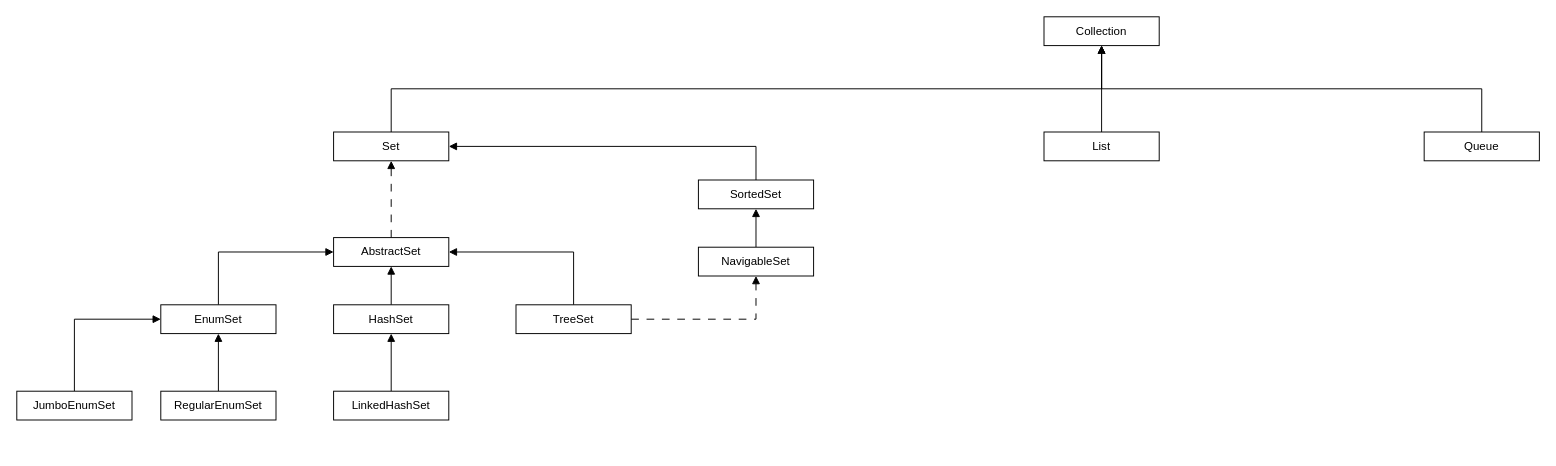
Above: java-collection.drawio in Forri1996/draw.io (draw.io), before the change. Source tidied: cells renumbered, new cells numbered last; positions are measured from the earlier drawing's top-left corner, leaving out a move shared by most shapes. Both pictures are drawn from the tidied source at 96%, with x=0, y=0 at pixel (16, 16).
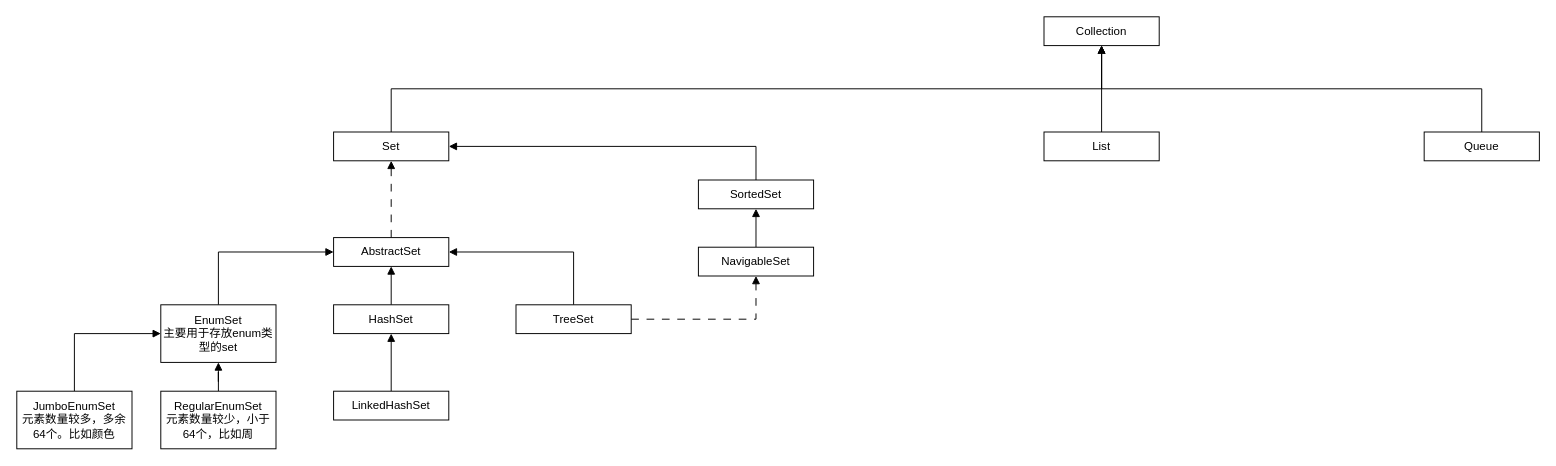
The same diagram, later.

The edit, as a diff of the source:
```diff
@@
-    <mxCell id="14" value="EnumSet" style="rounded=0;whiteSpace=wrap;html=1;" parent="1" vertex="1">
-      <mxGeometry x="150" y="300" width="120" height="30" as="geometry" />
+    <mxCell id="14" value="EnumSet&lt;br&gt;主要用于存放enum类型的set" style="rounded=0;whiteSpace=wrap;html=1;" parent="1" vertex="1">
+      <mxGeometry x="150" y="300" width="120" height="60" as="geometry" />
     </mxCell>
@@
-    <mxCell id="23" value="JumboEnumSet" style="rounded=0;whiteSpace=wrap;html=1;" parent="1" vertex="1">
-      <mxGeometry y="390" width="120" height="30" as="geometry" />
+    <mxCell id="23" value="JumboEnumSet&lt;br&gt;元素数量较多，多余64个。比如颜色" style="rounded=0;whiteSpace=wrap;html=1;" parent="1" vertex="1">
+      <mxGeometry y="390" width="120" height="60" as="geometry" />
     </mxCell>
@@
-    <mxCell id="25" value="RegularEnumSet" style="rounded=0;whiteSpace=wrap;html=1;" parent="1" vertex="1">
-      <mxGeometry x="150" y="390" width="120" height="30" as="geometry" />
+    <mxCell id="25" value="RegularEnumSet&lt;br&gt;元素数量较少，小于64个，比如周" style="rounded=0;whiteSpace=wrap;html=1;" parent="1" vertex="1">
+      <mxGeometry x="150" y="390" width="120" height="60" as="geometry" />
     </mxCell>
```
